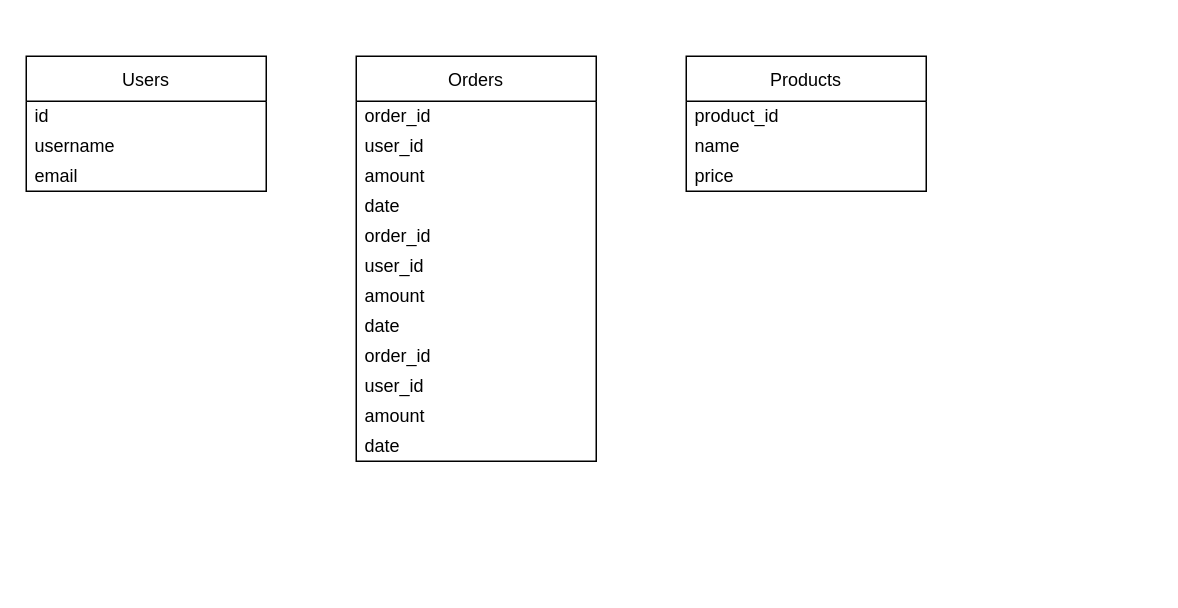
This is er_diagram4.drawio from rayylin/Pipeline, a draw.io file, before an edit. Source tidied: cells renumbered, new cells numbered last; positions are measured from the earlier drawing's top-left corner, leaving out a move shared by most shapes. Both pictures are drawn from the tidied source at 150%, with x=0, y=0 at pixel (26, 56).
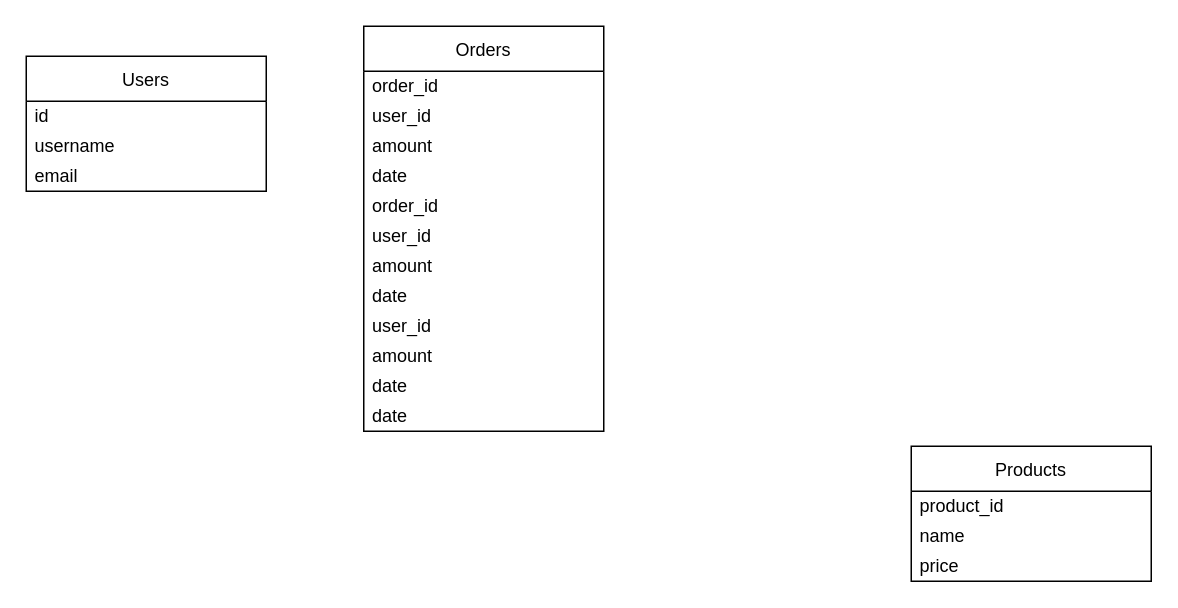
The same diagram, later.

Commit message (it also covers changes not shown here):
can create diagram from python

Change to the diagram source:
```diff
@@
     <mxCell id="6" value="Orders" style="shape=swimlane;startSize=30;swimlaneLine=1;" parent="1" vertex="1">
-      <mxGeometry x="220" width="160" height="270" as="geometry" />
+      <mxGeometry x="225" y="-20" width="160" height="270" as="geometry" />
     </mxCell>
@@
-    <mxCell id="15" value="order_id" style="text;html=1;align=left;verticalAlign=middle;spacingLeft=4;" parent="6" vertex="1">
-      <mxGeometry y="190" width="160" height="20" as="geometry" />
-    </mxCell>
     <mxCell id="16" value="user_id" style="text;html=1;align=left;verticalAlign=middle;spacingLeft=4;" parent="6" vertex="1">
-      <mxGeometry y="210" width="160" height="20" as="geometry" />
+      <mxGeometry y="190" width="160" height="20" as="geometry" />
     </mxCell>
     <mxCell id="17" value="amount" style="text;html=1;align=left;verticalAlign=middle;spacingLeft=4;" parent="6" vertex="1">
-      <mxGeometry y="230" width="160" height="20" as="geometry" />
+      <mxGeometry y="210" width="160" height="20" as="geometry" />
     </mxCell>
@@
+    <mxCell id="23" value="date" style="text;html=1;align=left;verticalAlign=middle;spacingLeft=4;" parent="6" vertex="1">
+      <mxGeometry y="230" width="160" height="20" as="geometry" />
+    </mxCell>
     <mxCell id="19" value="Products" style="shape=swimlane;startSize=30;swimlaneLine=1;" parent="1" vertex="1">
-      <mxGeometry x="440" width="160" height="90" as="geometry" />
+      <mxGeometry x="590" y="260" width="160" height="90" as="geometry" />
     </mxCell>
```
